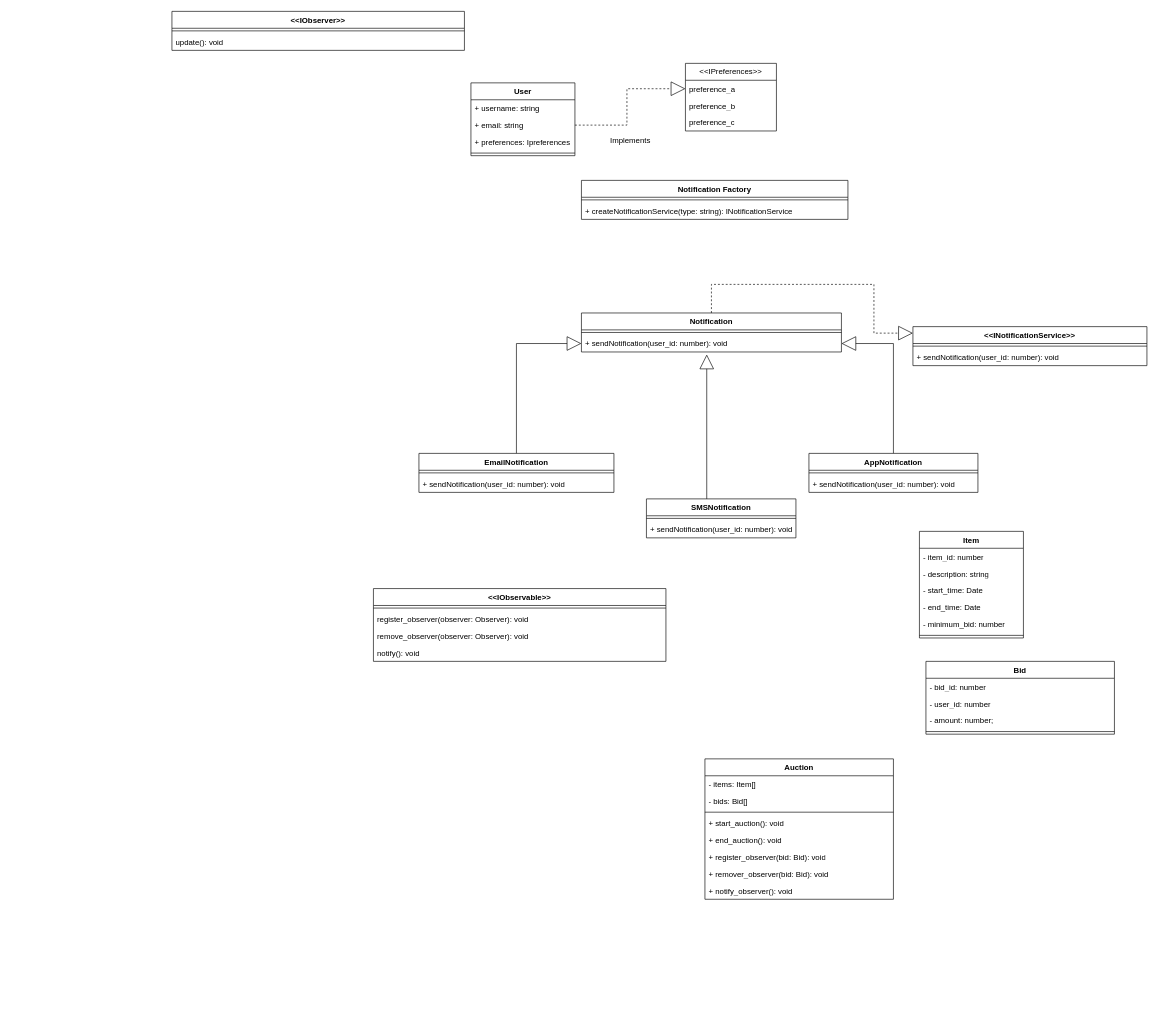
Earlier version of the draw.io diagram Auction 2.0 Diagram.drawio (VukanCekic/system-design). Source tidied: cells renumbered, new cells numbered last; positions are measured from the earlier drawing's top-left corner, leaving out a move shared by most shapes. Both pictures are drawn from the tidied source at 65%, with x=0, y=0 at pixel (172, 11).
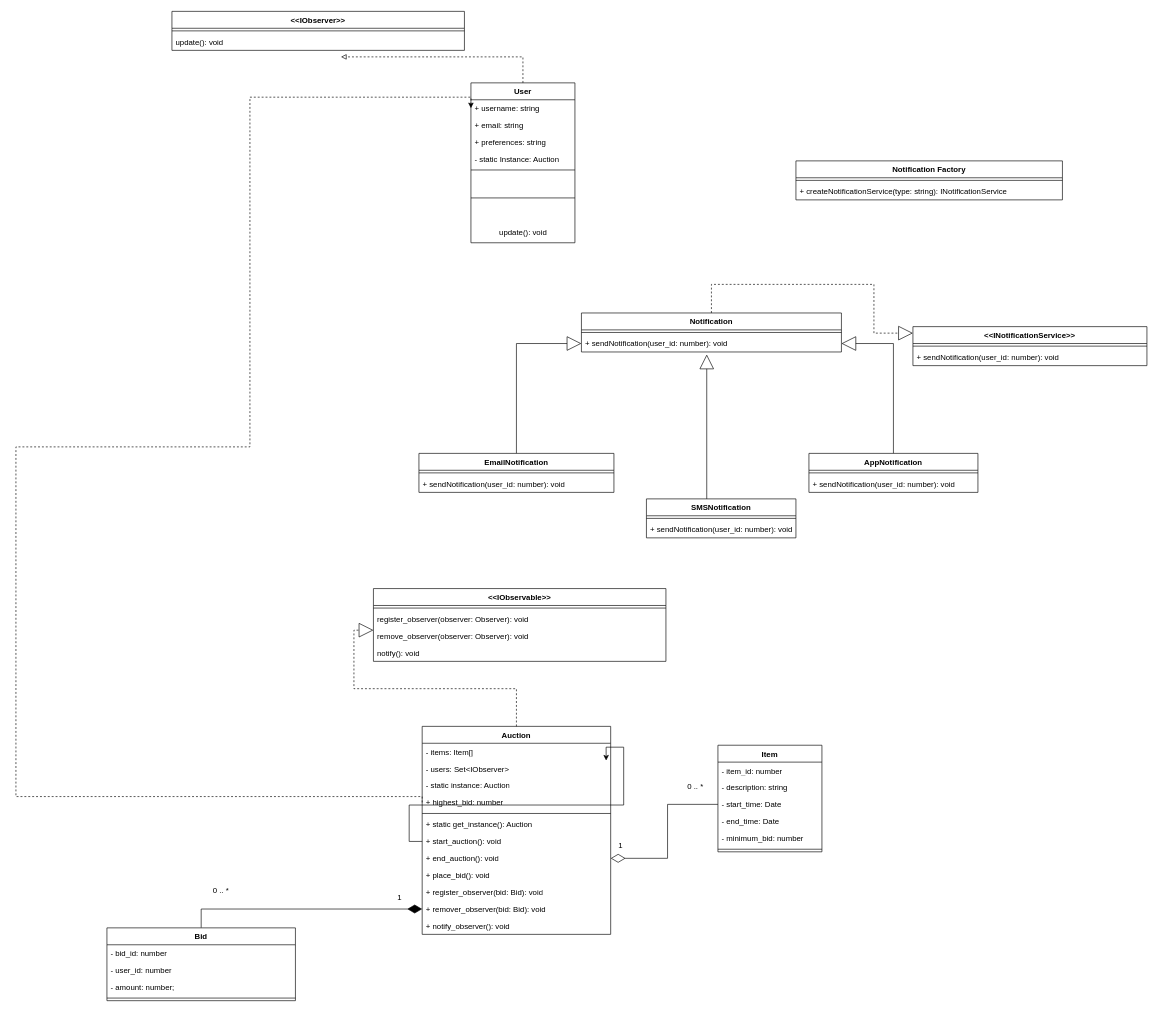
The same diagram, later.

The change refers to these unchanged cells:
```xml
<mxCell id="3" value="+ username: string" style="text;strokeColor=none;fillColor=none;align=left;verticalAlign=top;spacingLeft=4;spacingRight=4;overflow=hidden;points=[[0,0.5],[1,0.5]];portConstraint=eastwest;whiteSpace=wrap;html=1;" parent="2" vertex="1">
  <mxGeometry y="26" width="160" height="26" as="geometry" />
</mxCell>
<mxCell id="4" value="+ email: string" style="text;strokeColor=none;fillColor=none;align=left;verticalAlign=top;spacingLeft=4;spacingRight=4;overflow=hidden;points=[[0,0.5],[1,0.5]];portConstraint=eastwest;whiteSpace=wrap;html=1;" parent="2" vertex="1">
  <mxGeometry y="52" width="160" height="26" as="geometry" />
</mxCell>
<mxCell id="16" value="- start_time: Date" style="text;strokeColor=none;fillColor=none;align=left;verticalAlign=top;spacingLeft=4;spacingRight=4;overflow=hidden;points=[[0,0.5],[1,0.5]];portConstraint=eastwest;whiteSpace=wrap;html=1;" parent="13" vertex="1">
  <mxGeometry y="78" width="160" height="26" as="geometry" />
</mxCell>
<mxCell id="59" value="remove_observer(observer: Observer): void" style="text;strokeColor=none;fillColor=none;align=left;verticalAlign=top;spacingLeft=4;spacingRight=4;overflow=hidden;points=[[0,0.5],[1,0.5]];portConstraint=eastwest;whiteSpace=wrap;html=1;" parent="56" vertex="1">
  <mxGeometry y="60" width="450" height="26" as="geometry" />
</mxCell>
<mxCell id="63" value="update(): void" style="text;strokeColor=none;fillColor=none;align=left;verticalAlign=top;spacingLeft=4;spacingRight=4;overflow=hidden;points=[[0,0.5],[1,0.5]];portConstraint=eastwest;whiteSpace=wrap;html=1;" parent="61" vertex="1">
  <mxGeometry y="34" width="450" height="26" as="geometry" />
</mxCell>
```

What changed in the source:
```diff
@@
     <mxCell id="2" value="User" style="swimlane;fontStyle=1;align=center;verticalAlign=top;horizontal=1;startSize=26;whiteSpace=wrap;html=1;" parent="1" vertex="1">
-      <mxGeometry x="460" y="110" width="160" height="112" as="geometry" />
+      <mxGeometry x="460" y="110" width="160" height="246" as="geometry" />
     </mxCell>
@@
-    <mxCell id="5" value="+ preferences: Ipreferences" style="text;strokeColor=none;fillColor=none;align=left;verticalAlign=top;spacingLeft=4;spacingRight=4;overflow=hidden;whiteSpace=wrap;html=1;" parent="2" vertex="1">
+    <mxCell id="5" value="+ preferences: string" style="text;strokeColor=none;fillColor=none;align=left;verticalAlign=top;spacingLeft=4;spacingRight=4;overflow=hidden;whiteSpace=wrap;html=1;" parent="2" vertex="1">
       <mxGeometry y="78" width="160" height="26" as="geometry" />
     </mxCell>
+    <mxCell id="64" value="- static Instance: Auction" style="text;strokeColor=none;fillColor=none;align=left;verticalAlign=top;spacingLeft=4;spacingRight=4;overflow=hidden;whiteSpace=wrap;html=1;" parent="2" vertex="1">
+      <mxGeometry y="104" width="160" height="26" as="geometry" />
+    </mxCell>
     <mxCell id="6" style="line;strokeWidth=1;fillColor=none;align=left;verticalAlign=middle;spacingTop=-1;spacingLeft=3;spacingRight=3;labelPosition=right;strokeColor=inherit;" parent="2" vertex="1">
-      <mxGeometry y="104" width="160" height="8" as="geometry" />
+      <mxGeometry y="130" width="160" height="8" as="geometry" />
     </mxCell>
-    <mxCell id="7" value="&amp;lt;&amp;lt;IPreferences&amp;gt;&amp;gt;" style="swimlane;fontStyle=0;horizontal=1;startSize=26;fillColor=none;whiteSpace=wrap;html=1;" parent="1" vertex="1">
-      <mxGeometry x="790" y="80" width="140" height="104" as="geometry" />
-    </mxCell>
-    <mxCell id="8" value="preference_a" style="text;strokeColor=none;fillColor=none;align=left;verticalAlign=top;spacingLeft=4;spacingRight=4;overflow=hidden;points=[[0,0.5],[1,0.5]];portConstraint=eastwest;whiteSpace=wrap;html=1;" parent="7" vertex="1">
-      <mxGeometry y="26" width="140" height="26" as="geometry" />
-    </mxCell>
-    <mxCell id="9" value="preference_b" style="text;strokeColor=none;fillColor=none;align=left;verticalAlign=top;spacingLeft=4;spacingRight=4;overflow=hidden;whiteSpace=wrap;html=1;" parent="7" vertex="1">
-      <mxGeometry y="52" width="140" height="26" as="geometry" />
-    </mxCell>
-    <mxCell id="10" value="preference_c" style="text;strokeColor=none;fillColor=none;align=left;verticalAlign=top;spacingLeft=4;spacingRight=4;overflow=hidden;whiteSpace=wrap;html=1;" parent="7" vertex="1">
-      <mxGeometry y="78" width="140" height="26" as="geometry" />
-    </mxCell>
-    <mxCell id="11" style="edgeStyle=orthogonalEdgeStyle;rounded=0;jettySize=auto;html=1;entryX=0;entryY=0.5;entryDx=0;entryDy=0;dashed=1;endArrow=block;endFill=0;endSize=20;" parent="1" edge="1" source="4" target="8">
-      <mxGeometry relative="1" as="geometry" />
-    </mxCell>
-    <mxCell id="12" value="Implements" style="text;html=1;align=center;verticalAlign=middle;strokeColor=none;fillColor=none;" parent="1" vertex="1">
-      <mxGeometry x="660" y="184" width="90" height="30" as="geometry" />
-    </mxCell>
+    <mxCell id="65" style="line;strokeWidth=1;fillColor=none;align=left;verticalAlign=middle;spacingTop=-1;spacingLeft=3;spacingRight=3;labelPosition=right;strokeColor=inherit;" parent="2" vertex="1">
+      <mxGeometry y="138" width="160" height="78" as="geometry" />
+    </mxCell>
+    <mxCell id="66" value="update(): void" style="text;html=1;align=center;verticalAlign=middle;strokeColor=none;fillColor=none;" parent="2" vertex="1">
+      <mxGeometry y="216" width="160" height="30" as="geometry" />
+    </mxCell>
     <mxCell id="13" value="Item" style="swimlane;fontStyle=1;align=center;verticalAlign=top;horizontal=1;startSize=26;whiteSpace=wrap;html=1;" parent="1" vertex="1">
-      <mxGeometry x="1150" y="800" width="160" height="164" as="geometry" />
+      <mxGeometry x="840" y="1129" width="160" height="164" as="geometry" />
     </mxCell>
@@
     <mxCell id="20" value="Notification Factory" style="swimlane;fontStyle=1;align=center;verticalAlign=top;horizontal=1;startSize=26;whiteSpace=wrap;html=1;" parent="1" vertex="1">
-      <mxGeometry x="630" y="260" width="410" height="60" as="geometry" />
+      <mxGeometry x="960" y="230" width="410" height="60" as="geometry" />
     </mxCell>
@@
     <mxCell id="42" value="Auction" style="swimlane;fontStyle=1;align=center;verticalAlign=top;horizontal=1;startSize=26;whiteSpace=wrap;html=1;" parent="1" vertex="1">
-      <mxGeometry x="820" y="1150" width="290" height="216" as="geometry" />
+      <mxGeometry x="385" y="1100" width="290" height="320" as="geometry" />
     </mxCell>
@@
-    <mxCell id="44" value="- bids: Bid[]" style="text;strokeColor=none;fillColor=none;align=left;verticalAlign=top;spacingLeft=4;spacingRight=4;overflow=hidden;points=[[0,0.5],[1,0.5]];portConstraint=eastwest;whiteSpace=wrap;html=1;" parent="42" vertex="1">
+    <mxCell id="44" value="- users: Set&amp;lt;IObserver&amp;gt;" style="text;strokeColor=none;fillColor=none;align=left;verticalAlign=top;spacingLeft=4;spacingRight=4;overflow=hidden;points=[[0,0.5],[1,0.5]];portConstraint=eastwest;whiteSpace=wrap;html=1;" parent="42" vertex="1">
       <mxGeometry y="52" width="290" height="26" as="geometry" />
     </mxCell>
+    <mxCell id="67" value="- static instance: Auction" style="text;strokeColor=none;fillColor=none;align=left;verticalAlign=top;spacingLeft=4;spacingRight=4;overflow=hidden;whiteSpace=wrap;html=1;" parent="42" vertex="1">
+      <mxGeometry y="78" width="290" height="26" as="geometry" />
+    </mxCell>
+    <mxCell id="68" value="+ highest_bid: number" style="text;strokeColor=none;fillColor=none;align=left;verticalAlign=top;spacingLeft=4;spacingRight=4;overflow=hidden;points=[[0,0.5],[1,0.5]];portConstraint=eastwest;whiteSpace=wrap;html=1;" parent="42" vertex="1">
+      <mxGeometry y="104" width="290" height="26" as="geometry" />
+    </mxCell>
     <mxCell id="45" style="line;strokeWidth=1;fillColor=none;align=left;verticalAlign=middle;spacingTop=-1;spacingLeft=3;spacingRight=3;labelPosition=right;strokeColor=inherit;" parent="42" vertex="1">
-      <mxGeometry y="78" width="290" height="8" as="geometry" />
+      <mxGeometry y="130" width="290" height="8" as="geometry" />
     </mxCell>
+    <mxCell id="69" value="+ static get_instance(): Auction" style="text;strokeColor=none;fillColor=none;align=left;verticalAlign=top;spacingLeft=4;spacingRight=4;overflow=hidden;whiteSpace=wrap;html=1;" parent="42" vertex="1">
+      <mxGeometry y="138" width="290" height="26" as="geometry" />
+    </mxCell>
     <mxCell id="46" value="+ start_auction(): void" style="text;strokeColor=none;fillColor=none;align=left;verticalAlign=top;spacingLeft=4;spacingRight=4;overflow=hidden;points=[[0,0.5],[1,0.5]];portConstraint=eastwest;whiteSpace=wrap;html=1;" parent="42" vertex="1">
-      <mxGeometry y="86" width="290" height="26" as="geometry" />
+      <mxGeometry y="164" width="290" height="26" as="geometry" />
     </mxCell>
     <mxCell id="47" value="+ end_auction(): void" style="text;strokeColor=none;fillColor=none;align=left;verticalAlign=top;spacingLeft=4;spacingRight=4;overflow=hidden;points=[[0,0.5],[1,0.5]];portConstraint=eastwest;whiteSpace=wrap;html=1;" parent="42" vertex="1">
-      <mxGeometry y="112" width="290" height="26" as="geometry" />
+      <mxGeometry y="190" width="290" height="26" as="geometry" />
     </mxCell>
+    <mxCell id="70" value="+ place_bid(): void" style="text;strokeColor=none;fillColor=none;align=left;verticalAlign=top;spacingLeft=4;spacingRight=4;overflow=hidden;whiteSpace=wrap;html=1;" parent="42" vertex="1">
+      <mxGeometry y="216" width="290" height="26" as="geometry" />
+    </mxCell>
     <mxCell id="48" value="+ register_observer(bid: Bid): void" style="text;strokeColor=none;fillColor=none;align=left;verticalAlign=top;spacingLeft=4;spacingRight=4;overflow=hidden;whiteSpace=wrap;html=1;" parent="42" vertex="1">
-      <mxGeometry y="138" width="290" height="26" as="geometry" />
+      <mxGeometry y="242" width="290" height="26" as="geometry" />
     </mxCell>
     <mxCell id="49" value="+ remover_observer(bid: Bid): void" style="text;strokeColor=none;fillColor=none;align=left;verticalAlign=top;spacingLeft=4;spacingRight=4;overflow=hidden;points=[[0,0.5],[1,0.5]];portConstraint=eastwest;whiteSpace=wrap;html=1;" parent="42" vertex="1">
-      <mxGeometry y="164" width="290" height="26" as="geometry" />
+      <mxGeometry y="268" width="290" height="26" as="geometry" />
     </mxCell>
     <mxCell id="50" value="+ notify_observer(): void" style="text;strokeColor=none;fillColor=none;align=left;verticalAlign=top;spacingLeft=4;spacingRight=4;overflow=hidden;whiteSpace=wrap;html=1;" parent="42" vertex="1">
-      <mxGeometry y="190" width="290" height="26" as="geometry" />
+      <mxGeometry y="294" width="290" height="26" as="geometry" />
     </mxCell>
+    <mxCell id="71" style="edgeStyle=orthogonalEdgeStyle;rounded=0;jettySize=auto;html=1;entryX=0.976;entryY=0.024;entryDx=0;entryDy=0;entryPerimeter=0;" parent="42" edge="1" source="46" target="44">
+      <mxGeometry relative="1" as="geometry" />
+    </mxCell>
+    <mxCell id="72" style="edgeStyle=orthogonalEdgeStyle;rounded=0;jettySize=auto;html=1;endArrow=diamondThin;endFill=1;endSize=20;" parent="1" edge="1" source="51" target="49">
+      <mxGeometry relative="1" as="geometry" />
+    </mxCell>
     <mxCell id="51" value="Bid" style="swimlane;fontStyle=1;align=center;verticalAlign=top;horizontal=1;startSize=26;whiteSpace=wrap;html=1;" parent="1" vertex="1">
-      <mxGeometry x="1160" y="1000" width="290" height="112" as="geometry" />
+      <mxGeometry x="-100" y="1410" width="290" height="112" as="geometry" />
     </mxCell>
@@
+    <mxCell id="73" style="edgeStyle=orthogonalEdgeStyle;rounded=0;jettySize=auto;html=1;entryX=0;entryY=0.154;entryDx=0;entryDy=0;entryPerimeter=0;dashed=1;endArrow=block;endFill=0;endSize=20;" parent="1" edge="1" source="42" target="59">
+      <mxGeometry relative="1" as="geometry" />
+    </mxCell>
+    <mxCell id="74" style="edgeStyle=orthogonalEdgeStyle;rounded=0;jettySize=auto;html=1;entryX=0.578;entryY=1.385;entryDx=0;entryDy=0;entryPerimeter=0;dashed=1;endArrow=block;endFill=0;" parent="1" edge="1" source="2" target="63">
+      <mxGeometry relative="1" as="geometry" />
+    </mxCell>
+    <mxCell id="75" style="edgeStyle=orthogonalEdgeStyle;rounded=0;jettySize=auto;html=1;entryX=1;entryY=0.5;entryDx=0;entryDy=0;endArrow=diamondThin;endFill=0;endSize=20;" parent="1" edge="1" source="16" target="47">
+      <mxGeometry relative="1" as="geometry" />
+    </mxCell>
+    <mxCell id="76" value="1" style="text;html=1;align=center;verticalAlign=middle;strokeColor=none;fillColor=none;" parent="1" vertex="1">
+      <mxGeometry x="675" y="1268" width="30" height="30" as="geometry" />
+    </mxCell>
+    <mxCell id="77" value="0 .. *" style="text;html=1;align=center;verticalAlign=middle;strokeColor=none;fillColor=none;" parent="1" vertex="1">
+      <mxGeometry x="780" y="1178" width="50" height="30" as="geometry" />
+    </mxCell>
+    <mxCell id="78" value="1" style="text;html=1;align=center;verticalAlign=middle;strokeColor=none;fillColor=none;" parent="1" vertex="1">
+      <mxGeometry x="335" y="1348" width="30" height="30" as="geometry" />
+    </mxCell>
+    <mxCell id="79" value="0 .. *" style="text;html=1;align=center;verticalAlign=middle;strokeColor=none;fillColor=none;" parent="1" vertex="1">
+      <mxGeometry x="50" y="1338" width="50" height="30" as="geometry" />
+    </mxCell>
+    <mxCell id="80" style="edgeStyle=orthogonalEdgeStyle;rounded=0;jettySize=auto;html=1;entryX=0;entryY=0.5;entryDx=0;entryDy=0;exitX=0;exitY=0.5;exitDx=0;exitDy=0;dashed=1;" parent="1" edge="1" source="68" target="3">
+      <mxGeometry relative="1" as="geometry">
+        <Array as="points">
+          <mxPoint x="385" y="1208" />
+          <mxPoint x="-240" y="1208" />
+          <mxPoint x="-240" y="670" />
+          <mxPoint x="120" y="670" />
+          <mxPoint x="120" y="132" />
+          <mxPoint x="460" y="132" />
+        </Array>
+      </mxGeometry>
+    </mxCell>
```
